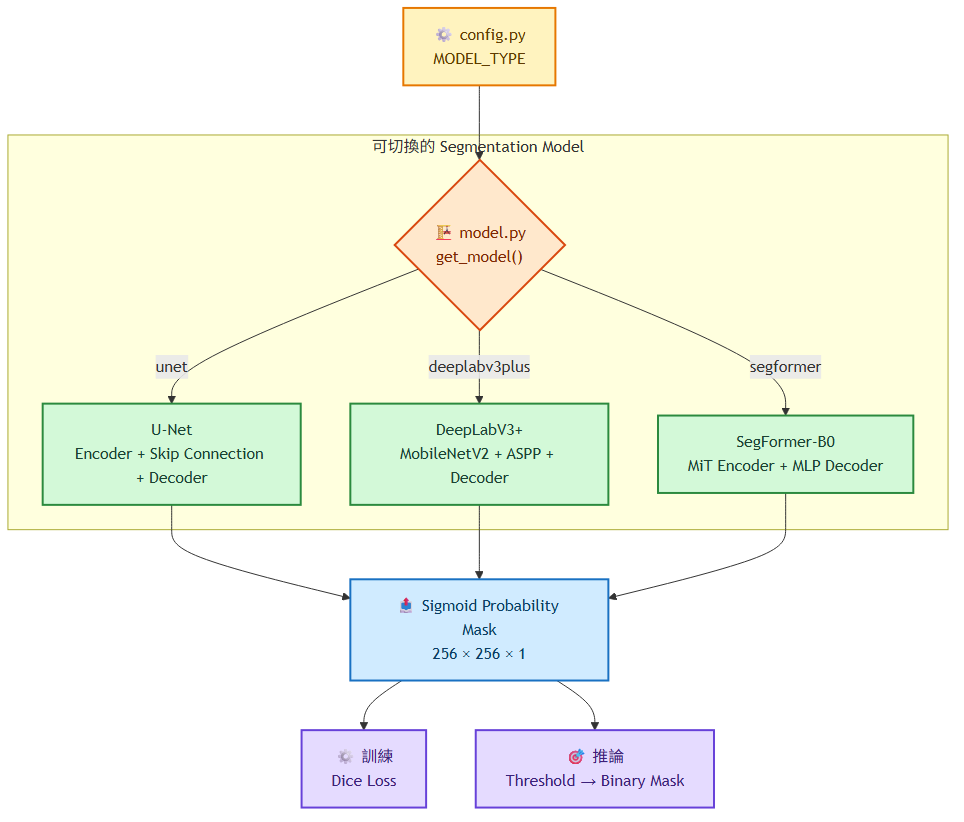
kuotunyu/crack-seg keeps this Mermaid diagram as docs/diagrams/readme_02_flowchart_model_architecture.png. Above is the earlier version. Its source is kept beside it as docs/diagrams/readme_02_flowchart_model_architecture.mmd. The source it was exported from:
```mermaid
flowchart TB
    Config["⚙️ config.py<br/>MODEL_TYPE"] --> Factory{"🏗️ model.py<br/>get_model()"}

    subgraph Models["可切換的 Segmentation Model"]
        Factory -->|unet| UNet["U-Net<br/>Encoder + Skip Connection + Decoder"]
        Factory -->|deeplabv3plus| DeepLab["DeepLabV3+<br/>MobileNetV2 + ASPP + Decoder"]
        Factory -->|segformer| SegFormer["SegFormer-B0<br/>MiT Encoder + MLP Decoder"]
    end

    UNet --> Output["📤 Sigmoid Probability Mask<br/>256 × 256 × 1"]
    DeepLab --> Output
    SegFormer --> Output
    Output --> Train["⚙️ 訓練<br/>Dice Loss"]
    Output --> Inference["🎯 推論<br/>Threshold → Binary Mask"]

    classDef config fill:#FFF3BF,stroke:#E67700,stroke-width:2px,color:#5F3C00
    classDef decision fill:#FFE8CC,stroke:#D9480F,stroke-width:2px,color:#7F2704
    classDef model fill:#D3F9D8,stroke:#2B8A3E,stroke-width:2px,color:#1B4332
    classDef output fill:#D0EBFF,stroke:#1971C2,stroke-width:2px,color:#0B3D66
    classDef usage fill:#E5DBFF,stroke:#6741D9,stroke-width:2px,color:#3B217A

    class Config config
    class Factory decision
    class UNet,DeepLab,SegFormer model
    class Output output
    class Train,Inference usage
```
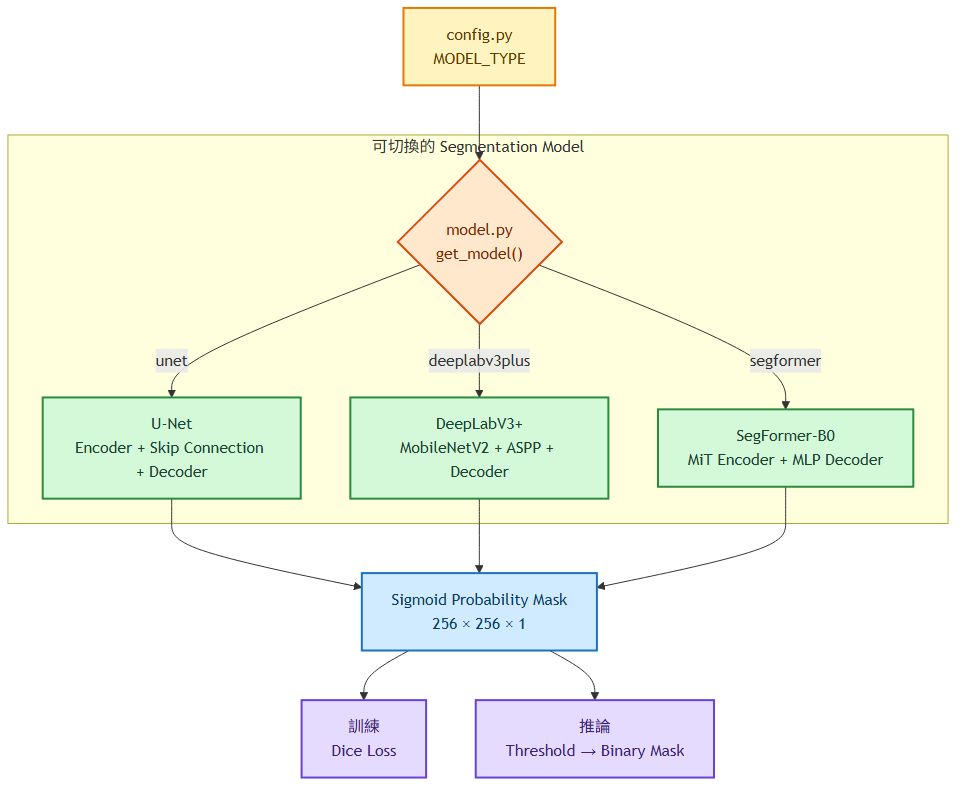
After the commit.

Commit message:
調整系統架構圖與 README 說明

What changed in the source:
```diff
@@ -1,5 +1,5 @@
-flowchart TB
-    Config["⚙️ config.py<br/>MODEL_TYPE"] --> Factory{"🏗️ model.py<br/>get_model()"}
+flowchart TD
+    Config["config.py<br/>MODEL_TYPE"] --> Factory{"model.py<br/>get_model()"}
 
     subgraph Models["可切換的 Segmentation Model"]
         Factory -->|unet| UNet["U-Net<br/>Encoder + Skip Connection + Decoder"]
@@ -7,11 +7,11 @@
         Factory -->|segformer| SegFormer["SegFormer-B0<br/>MiT Encoder + MLP Decoder"]
     end
 
-    UNet --> Output["📤 Sigmoid Probability Mask<br/>256 × 256 × 1"]
+    UNet --> Output["Sigmoid Probability Mask<br/>256 × 256 × 1"]
     DeepLab --> Output
     SegFormer --> Output
-    Output --> Train["⚙️ 訓練<br/>Dice Loss"]
-    Output --> Inference["🎯 推論<br/>Threshold → Binary Mask"]
+    Output --> Train["訓練<br/>Dice Loss"]
+    Output --> Inference["推論<br/>Threshold → Binary Mask"]
 
     classDef config fill:#FFF3BF,stroke:#E67700,stroke-width:2px,color:#5F3C00
     classDef decision fill:#FFE8CC,stroke:#D9480F,stroke-width:2px,color:#7F2704
```
